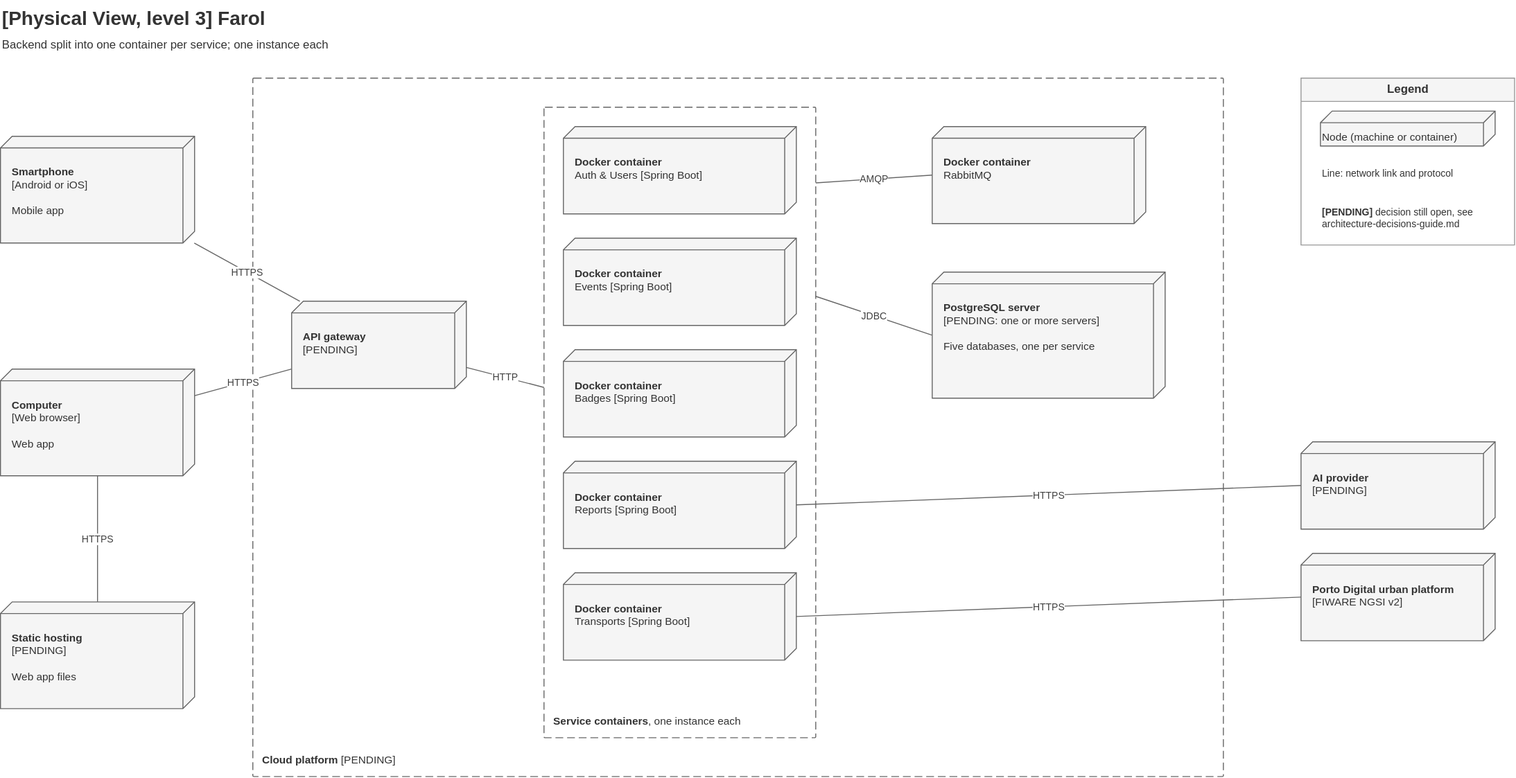
Above: Docs/Technical/diagrams/physical-view-level-3.drawio.svg in tomasoliveira21/LABDSOF (draw.io), before the change. Source tidied: cells renumbered, new cells last; positions are measured from the earlier drawing's top-left corner, leaving out a move shared by most shapes.
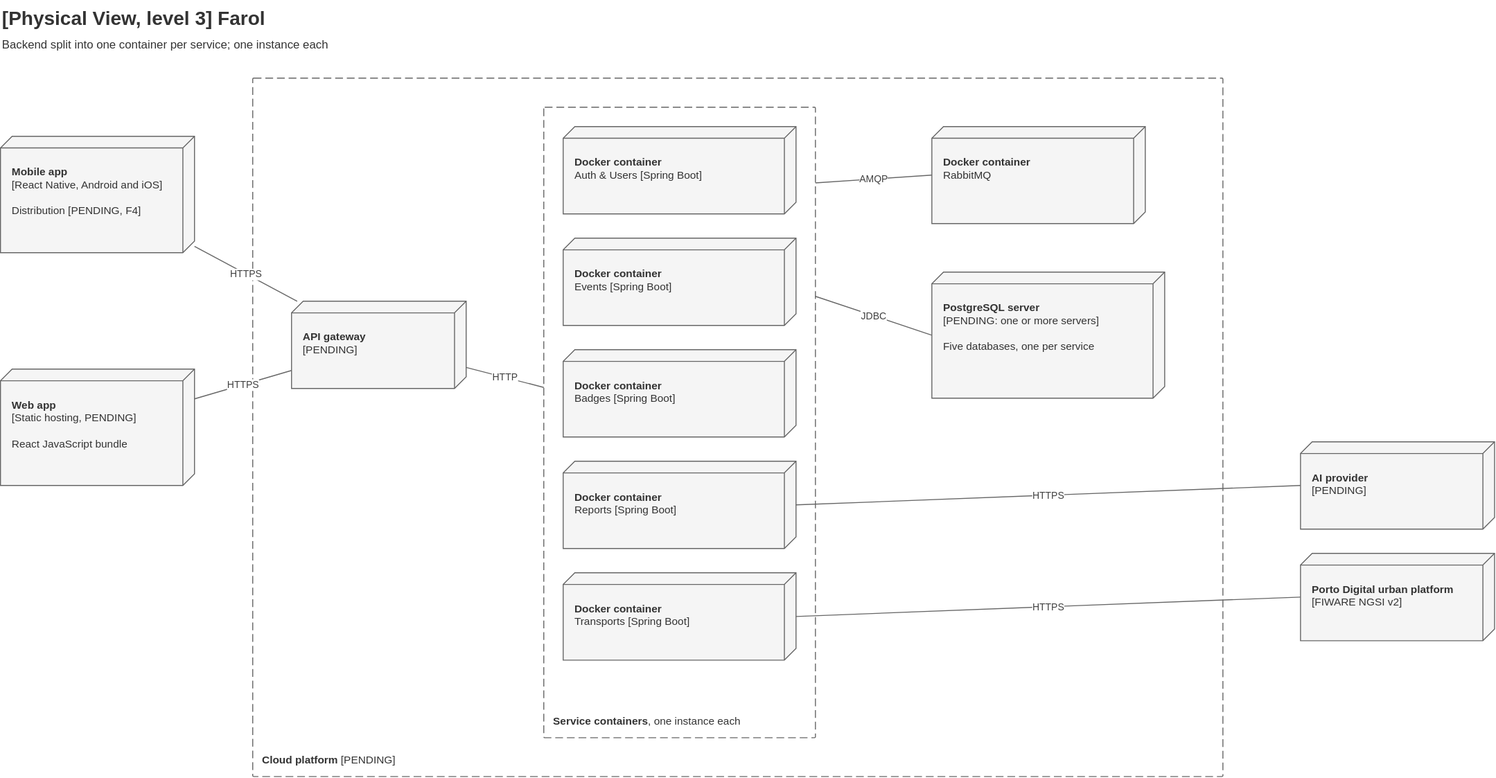
Above is the later version.

Change to the diagram source:
```diff
@@ -5,15 +5,12 @@
     <mxCell id="2" value="&lt;b&gt;[Physical View, level 3] Farol&lt;/b&gt;&lt;br&gt;&lt;font style=&quot;font-size:12px&quot;&gt;Backend split into one container per service; one instance each&lt;/font&gt;" style="text;html=1;align=left;verticalAlign=top;fontSize=20;fontColor=#333333;" parent="1" vertex="1">
       <mxGeometry width="1000" height="60" as="geometry" />
     </mxCell>
-    <mxCell id="3" value="&lt;b&gt;Smartphone&lt;/b&gt;&lt;br&gt;[Android or iOS]&lt;br&gt;&lt;br&gt;Mobile app" style="shape=cube;size=12;flipH=1;whiteSpace=wrap;html=1;fillColor=#f5f5f5;strokeColor=#666666;fontColor=#333333;verticalAlign=top;align=left;spacing=12;spacingTop=14;fontSize=11;" parent="1" vertex="1">
-      <mxGeometry y="140" width="200" height="110" as="geometry" />
+    <mxCell id="3" value="&lt;b&gt;Mobile app&lt;/b&gt;&lt;br&gt;[React Native, Android and iOS]&lt;br&gt;&lt;br&gt;Distribution [PENDING, F4]" style="shape=cube;size=12;flipH=1;whiteSpace=wrap;html=1;fillColor=#f5f5f5;strokeColor=#666666;fontColor=#333333;verticalAlign=top;align=left;spacing=12;spacingTop=14;fontSize=11;" parent="1" vertex="1">
+      <mxGeometry y="140" width="200" height="120" as="geometry" />
     </mxCell>
-    <mxCell id="4" value="&lt;b&gt;Computer&lt;/b&gt;&lt;br&gt;[Web browser]&lt;br&gt;&lt;br&gt;Web app" style="shape=cube;size=12;flipH=1;whiteSpace=wrap;html=1;fillColor=#f5f5f5;strokeColor=#666666;fontColor=#333333;verticalAlign=top;align=left;spacing=12;spacingTop=14;fontSize=11;" parent="1" vertex="1">
-      <mxGeometry y="380" width="200" height="110" as="geometry" />
+    <mxCell id="4" value="&lt;b&gt;Web app&lt;/b&gt;&lt;br&gt;[Static hosting, PENDING]&lt;br&gt;&lt;br&gt;React JavaScript bundle" style="shape=cube;size=12;flipH=1;whiteSpace=wrap;html=1;fillColor=#f5f5f5;strokeColor=#666666;fontColor=#333333;verticalAlign=top;align=left;spacing=12;spacingTop=14;fontSize=11;" parent="1" vertex="1">
+      <mxGeometry y="380" width="200" height="120" as="geometry" />
     </mxCell>
-    <mxCell id="5" value="&lt;b&gt;Static hosting&lt;/b&gt;&lt;br&gt;[PENDING]&lt;br&gt;&lt;br&gt;Web app files" style="shape=cube;size=12;flipH=1;whiteSpace=wrap;html=1;fillColor=#f5f5f5;strokeColor=#666666;fontColor=#333333;verticalAlign=top;align=left;spacing=12;spacingTop=14;fontSize=11;" parent="1" vertex="1">
-      <mxGeometry y="620" width="200" height="110" as="geometry" />
-    </mxCell>
     <mxCell id="6" value="&lt;b&gt;Cloud platform&lt;/b&gt; [PENDING]" style="rounded=1;arcSize=2;absoluteArcSize=1;whiteSpace=wrap;html=1;dashed=1;dashPattern=8 4;fillColor=none;strokeColor=#666666;fontColor=#333333;align=left;verticalAlign=bottom;spacing=10;fontSize=11;" parent="1" vertex="1">
       <mxGeometry x="260" y="80" width="1000" height="720" as="geometry" />
     </mxCell>
@@ -56,9 +53,6 @@
     <mxCell id="19" value="HTTPS" style="endArrow=none;html=1;fontSize=10;fontColor=#404040;strokeColor=#666666;rounded=0;labelBackgroundColor=#ffffff;" parent="1" edge="1" source="4" target="7">
       <mxGeometry relative="1" as="geometry" />
     </mxCell>
-    <mxCell id="20" value="HTTPS" style="endArrow=none;html=1;fontSize=10;fontColor=#404040;strokeColor=#666666;rounded=0;labelBackgroundColor=#ffffff;" parent="1" edge="1" source="4" target="5">
-      <mxGeometry relative="1" as="geometry" />
-    </mxCell>
     <mxCell id="21" value="HTTP" style="endArrow=none;html=1;fontSize=10;fontColor=#404040;strokeColor=#666666;rounded=0;labelBackgroundColor=#ffffff;" parent="1" edge="1" source="7" target="8">
       <mxGeometry relative="1" as="geometry" />
     </mxCell>
@@ -74,17 +68,5 @@
     <mxCell id="25" value="HTTPS" style="endArrow=none;html=1;fontSize=10;fontColor=#404040;strokeColor=#666666;rounded=0;labelBackgroundColor=#ffffff;exitX=1;exitY=0.5;exitDx=0;exitDy=0;entryX=0;entryY=0.5;entryDx=0;entryDy=0;" parent="1" edge="1" source="13" target="17">
       <mxGeometry relative="1" as="geometry" />
     </mxCell>
-    <mxCell id="26" value="&lt;b&gt;Legend&lt;/b&gt;" style="swimlane;startSize=24;html=1;fontSize=12;fillColor=#f5f5f5;strokeColor=#999999;fontColor=#333333;" parent="1" vertex="1">
-      <mxGeometry x="1340" y="80" width="220" height="172" as="geometry" />
-    </mxCell>
-    <mxCell id="27" value="Node (machine or container)" style="shape=cube;size=12;flipH=1;whiteSpace=wrap;html=1;fillColor=#f5f5f5;strokeColor=#666666;fontColor=#333333;verticalAlign=top;align=left;spacing=12;spacingTop=14;fontSize=11;verticalAlign=middle;spacingTop=0;spacing=2;verticalAlign=bottom;spacingBottom=0;" parent="26" vertex="1">
-      <mxGeometry x="20" y="34" width="180" height="36" as="geometry" />
-    </mxCell>
-    <mxCell id="28" value="Line: network link and protocol" style="text;html=1;whiteSpace=wrap;align=left;verticalAlign=top;fontColor=#333333;fontSize=10;verticalAlign=middle;spacingTop=0;spacing=2;" parent="26" vertex="1">
-      <mxGeometry x="20" y="80" width="180" height="36" as="geometry" />
-    </mxCell>
-    <mxCell id="29" value="&lt;b&gt;[PENDING]&lt;/b&gt; decision still open, see architecture-decisions-guide.md" style="text;html=1;whiteSpace=wrap;align=left;verticalAlign=top;fontColor=#333333;fontSize=10;verticalAlign=middle;spacingTop=0;spacing=2;" parent="26" vertex="1">
-      <mxGeometry x="20" y="126" width="180" height="36" as="geometry" />
-    </mxCell>
   </root>
 </mxGraphModel>
```
